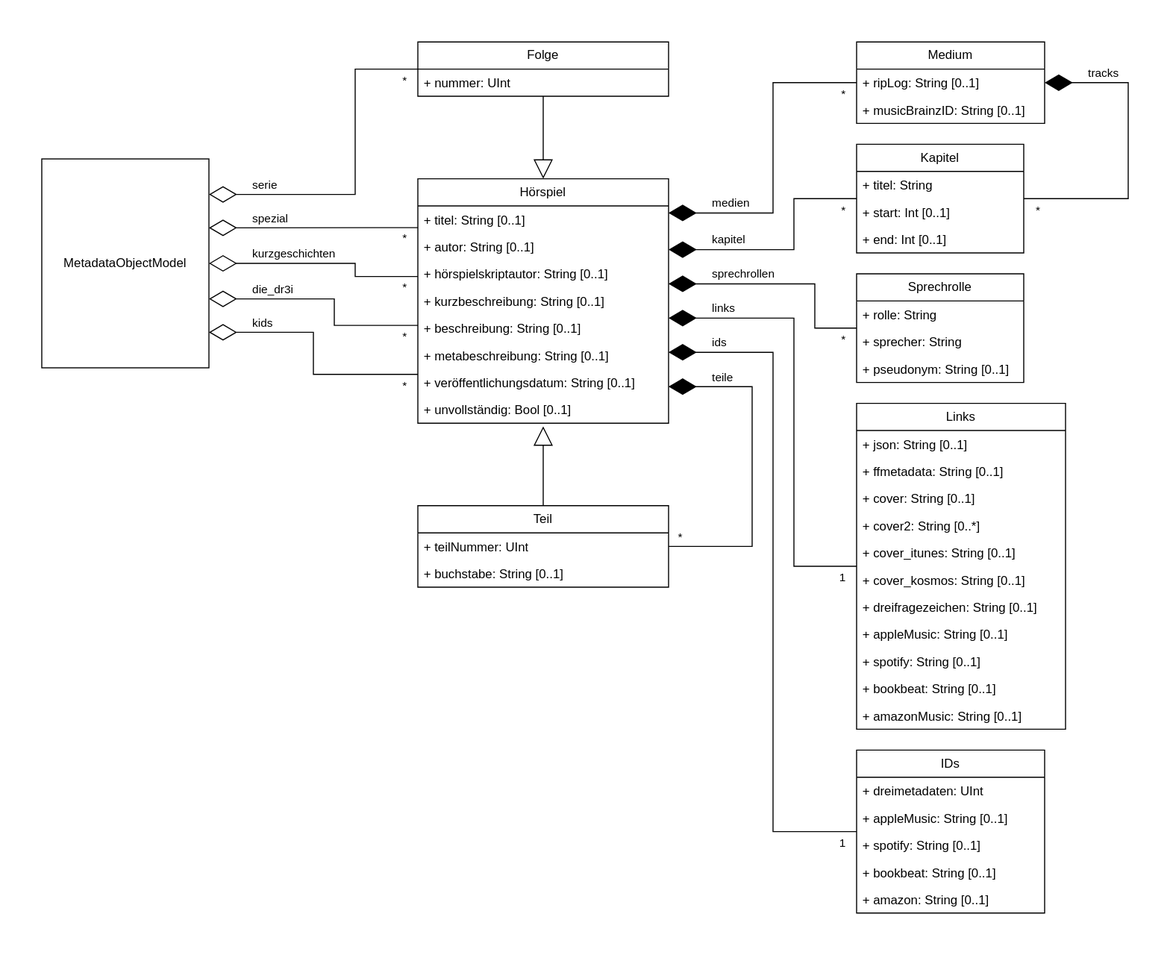
Earlier version of the draw.io export model/objectModel.svg (YourMJK/dreimetadaten). Source tidied: cells renumbered, new cells last; positions are measured from the earlier drawing's top-left corner, leaving out a move shared by most shapes.
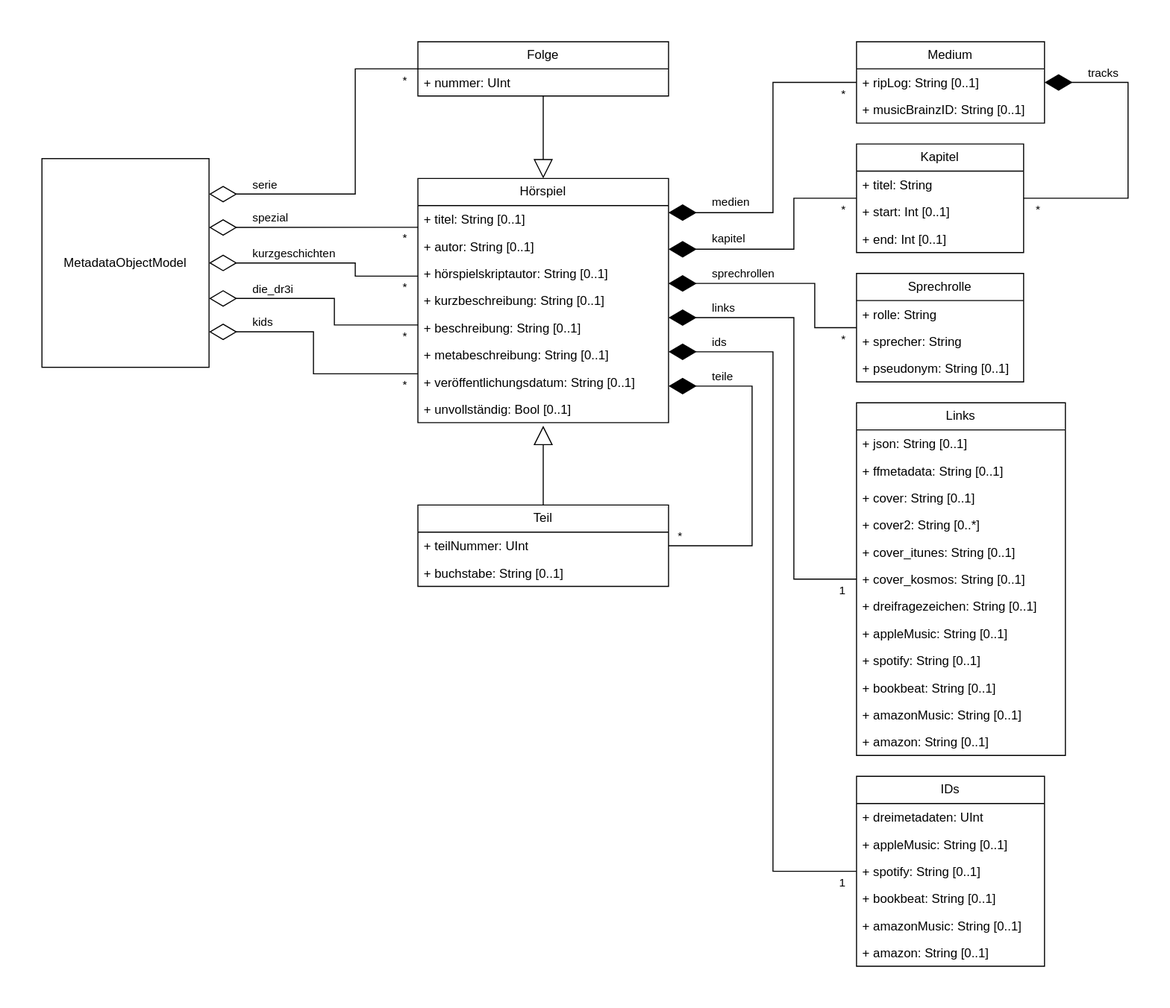
Above is the later version.

Commit message:
code: Added Amazon ID and URL to models (#68)

The edit, as a diff of the source:
```diff
@@ -258,7 +258,7 @@
       <mxGeometry relative="1" as="geometry" />
     </mxCell>
     <mxCell id="60" value="Links" style="swimlane;fontStyle=0;horizontal=1;startSize=26;fillColor=none;whiteSpace=wrap;html=1;" parent="1" vertex="1">
-      <mxGeometry x="780" y="346" width="200" height="312" as="geometry" />
+      <mxGeometry x="780" y="346" width="200" height="338" as="geometry" />
     </mxCell>
     <mxCell id="61" value="+ json: String [0..1]" style="text;strokeColor=none;fillColor=none;align=left;verticalAlign=top;spacingLeft=4;spacingRight=4;overflow=hidden;whiteSpace=wrap;html=1;" parent="60" vertex="1">
       <mxGeometry y="26" width="200" height="26" as="geometry" />
@@ -293,6 +293,9 @@
     <mxCell id="71" value="+ amazonMusic: String [0..1]" style="text;strokeColor=none;fillColor=none;align=left;verticalAlign=top;spacingLeft=4;spacingRight=4;overflow=hidden;whiteSpace=wrap;html=1;" parent="60" vertex="1">
       <mxGeometry y="286" width="200" height="26" as="geometry" />
     </mxCell>
+    <mxCell id="84" value="+ amazon: String [0..1]" style="text;strokeColor=none;fillColor=none;align=left;verticalAlign=top;spacingLeft=4;spacingRight=4;overflow=hidden;whiteSpace=wrap;html=1;" parent="60" vertex="1">
+      <mxGeometry y="312" width="200" height="26" as="geometry" />
+    </mxCell>
     <mxCell id="72" style="endArrow=diamondThin;endFill=0;endSize=24;html=1;rounded=0;entryX=1;entryY=0.83;entryDx=0;entryDy=0;entryPerimeter=0;edgeStyle=elbowEdgeStyle;exitX=0;exitY=0.8;exitDx=0;exitDy=0;exitPerimeter=0;" parent="1" edge="1" source="3" target="2">
       <mxGeometry relative="1" as="geometry">
         <Array as="points">
@@ -311,7 +314,7 @@
       </mxGeometry>
     </mxCell>
     <mxCell id="75" value="IDs" style="swimlane;fontStyle=0;horizontal=1;startSize=26;fillColor=none;whiteSpace=wrap;html=1;" parent="1" vertex="1">
-      <mxGeometry x="780" y="678" width="180" height="156" as="geometry" />
+      <mxGeometry x="780" y="704" width="180" height="182" as="geometry" />
     </mxCell>
     <mxCell id="76" value="+ dreimetadaten: UInt" style="text;strokeColor=none;fillColor=none;align=left;verticalAlign=top;spacingLeft=4;spacingRight=4;overflow=hidden;whiteSpace=wrap;html=1;" parent="75" vertex="1">
       <mxGeometry y="26" width="180" height="26" as="geometry" />
@@ -325,8 +328,11 @@
     <mxCell id="79" value="+ bookbeat: String [0..1]" style="text;strokeColor=none;fillColor=none;align=left;verticalAlign=top;spacingLeft=4;spacingRight=4;overflow=hidden;whiteSpace=wrap;html=1;" parent="75" vertex="1">
       <mxGeometry y="104" width="180" height="26" as="geometry" />
     </mxCell>
+    <mxCell id="85" value="+ amazonMusic: String [0..1]" style="text;strokeColor=none;fillColor=none;align=left;verticalAlign=top;spacingLeft=4;spacingRight=4;overflow=hidden;whiteSpace=wrap;html=1;" parent="75" vertex="1">
+      <mxGeometry y="130" width="180" height="26" as="geometry" />
+    </mxCell>
     <mxCell id="80" value="+ amazon: String [0..1]" style="text;strokeColor=none;fillColor=none;align=left;verticalAlign=top;spacingLeft=4;spacingRight=4;overflow=hidden;whiteSpace=wrap;html=1;" parent="75" vertex="1">
-      <mxGeometry y="130" width="180" height="26" as="geometry" />
+      <mxGeometry y="156" width="180" height="26" as="geometry" />
     </mxCell>
     <mxCell id="81" style="endArrow=diamondThin;endFill=1;endSize=24;html=1;rounded=0;edgeStyle=elbowEdgeStyle;entryX=1;entryY=0.71;entryDx=0;entryDy=0;entryPerimeter=0;exitX=0;exitY=0.5;exitDx=0;exitDy=0;" parent="1" edge="1" source="75" target="3">
       <mxGeometry relative="1" as="geometry">
```
